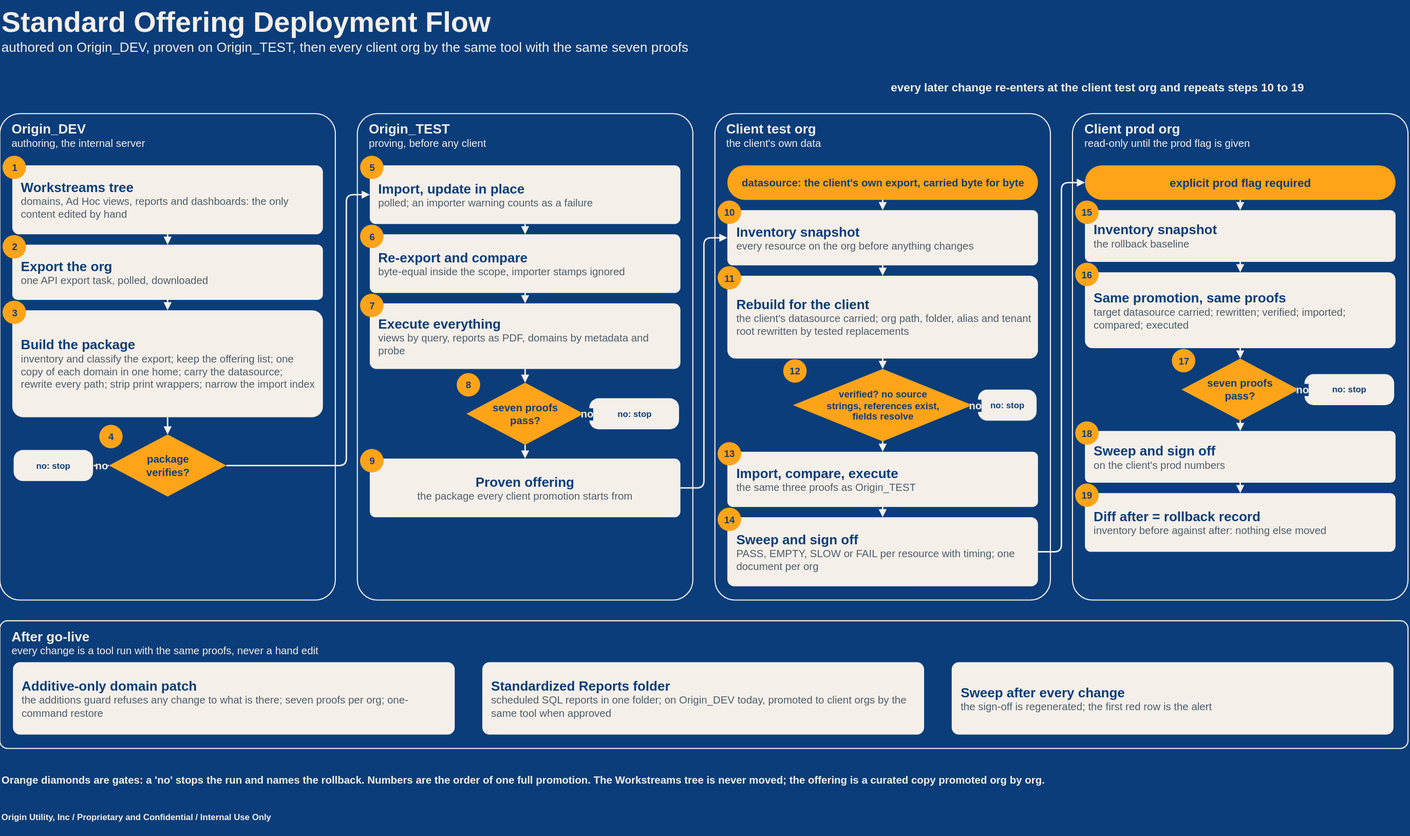
This is jaspersoft/docs/deployment_deck/visuals/standard_offering_deployment_flow.drawio.svg from chasepowers59/OriginBA, a draw.io export, as it was before one commit. Source tidied: cells renumbered, new cells last; positions are measured from the earlier drawing's top-left corner, leaving out a move shared by most shapes.
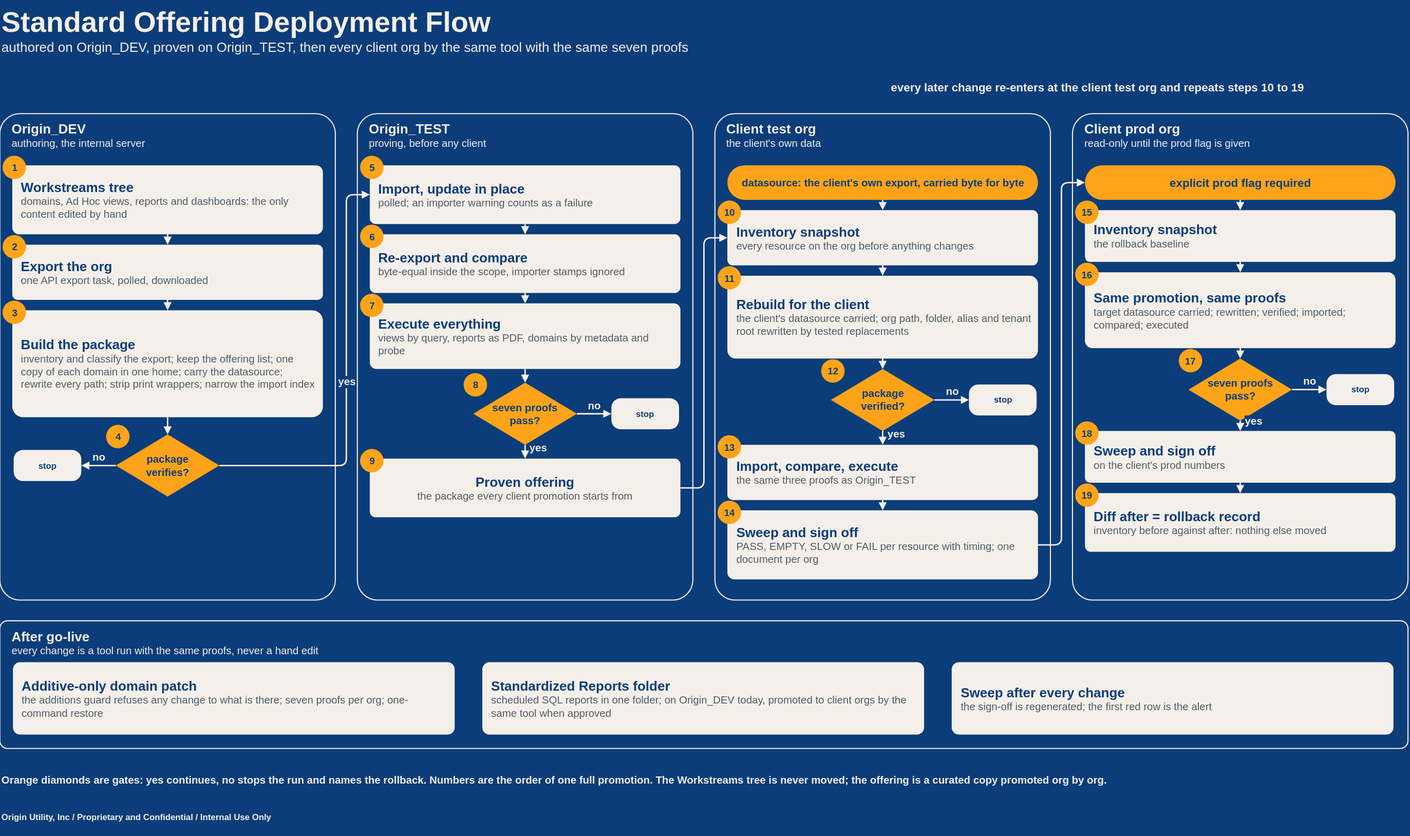
The same diagram one commit later.

Change to the diagram source:
```diff
@@ -37,10 +37,10 @@
     </mxCell>
-    <mxCell id="13" value="package verifies?" style="html=1;whiteSpace=wrap;fontFamily=Arial;rhombus;fillColor=#FFA418;strokeColor=none;fontColor=#0B3D7A;fontStyle=1;fontSize=14.6;spacingLeft=26;spacingRight=26;" parent="6" vertex="1">
-      <mxGeometry x="151.7" y="446.4" width="163.2" height="86.4" as="geometry" />
+    <mxCell id="13" value="package verifies?" style="html=1;whiteSpace=wrap;fontFamily=Arial;rhombus;fillColor=#FFA418;strokeColor=none;fontColor=#0B3D7A;fontStyle=1;fontSize=14.6;spacingLeft=23;spacingRight=23;" parent="6" vertex="1">
+      <mxGeometry x="161.3" y="446.4" width="144" height="86.4" as="geometry" />
     </mxCell>
     <mxCell id="14" value="4" style="html=1;whiteSpace=wrap;fontFamily=Arial;ellipse;fillColor=#FFA418;strokeColor=none;fontColor=#0B3D7A;fontStyle=1;fontSize=13.3;spacing=0;" parent="6" vertex="1">
-      <mxGeometry x="138.2" y="433" width="32.6" height="32.6" as="geometry" />
+      <mxGeometry x="147.8" y="433" width="32.6" height="32.6" as="geometry" />
     </mxCell>
-    <mxCell id="15" value="no: stop" style="html=1;whiteSpace=wrap;fontFamily=Arial;rounded=1;arcSize=30;fillColor=#F5EFE9;strokeColor=none;fontColor=#0B3D7A;fontStyle=1;fontSize=12;" parent="6" vertex="1">
-      <mxGeometry x="19.2" y="468" width="110.4" height="43.2" as="geometry" />
+    <mxCell id="15" value="stop" style="html=1;whiteSpace=wrap;fontFamily=Arial;rounded=1;arcSize=30;fillColor=#F5EFE9;strokeColor=none;fontColor=#0B3D7A;fontStyle=1;fontSize=12;" parent="6" vertex="1">
+      <mxGeometry x="19.2" y="468" width="94.1" height="43.2" as="geometry" />
     </mxCell>
@@ -56,3 +56,5 @@
     <mxCell id="19" value="no" style="html=1;whiteSpace=nowrap;fontFamily=Arial;edgeStyle=orthogonalEdgeStyle;rounded=1;strokeColor=#F5EFE9;strokeWidth=2;endArrow=block;endFill=1;fontColor=#F5EFE9;fontSize=14.6;fontStyle=1;labelBackgroundColor=#0B3D7A;" parent="6" edge="1" source="13" target="15">
-      <mxGeometry relative="1" as="geometry" />
+      <mxGeometry relative="1" as="geometry">
+        <mxPoint y="-12" as="offset" />
+      </mxGeometry>
     </mxCell>
@@ -79,10 +81,10 @@
     </mxCell>
-    <mxCell id="27" value="seven proofs pass?" style="html=1;whiteSpace=wrap;fontFamily=Arial;rhombus;fillColor=#FFA418;strokeColor=none;fontColor=#0B3D7A;fontStyle=1;fontSize=14.6;spacingLeft=26;spacingRight=26;" parent="20" vertex="1">
-      <mxGeometry x="151.7" y="374.4" width="163.2" height="86.4" as="geometry" />
+    <mxCell id="27" value="seven proofs pass?" style="html=1;whiteSpace=wrap;fontFamily=Arial;rhombus;fillColor=#FFA418;strokeColor=none;fontColor=#0B3D7A;fontStyle=1;fontSize=14.6;spacingLeft=23;spacingRight=23;" parent="20" vertex="1">
+      <mxGeometry x="161.3" y="374.4" width="144" height="86.4" as="geometry" />
     </mxCell>
     <mxCell id="28" value="8" style="html=1;whiteSpace=wrap;fontFamily=Arial;ellipse;fillColor=#FFA418;strokeColor=none;fontColor=#0B3D7A;fontStyle=1;fontSize=13.3;spacing=0;" parent="20" vertex="1">
-      <mxGeometry x="138.2" y="361" width="32.6" height="32.6" as="geometry" />
+      <mxGeometry x="147.8" y="361" width="32.6" height="32.6" as="geometry" />
     </mxCell>
-    <mxCell id="29" value="no: stop" style="html=1;whiteSpace=wrap;fontFamily=Arial;rounded=1;arcSize=30;fillColor=#F5EFE9;strokeColor=none;fontColor=#0B3D7A;fontStyle=1;fontSize=12;" parent="20" vertex="1">
-      <mxGeometry x="322.6" y="396" width="124.8" height="43.2" as="geometry" />
+    <mxCell id="29" value="stop" style="html=1;whiteSpace=wrap;fontFamily=Arial;rounded=1;arcSize=30;fillColor=#F5EFE9;strokeColor=none;fontColor=#0B3D7A;fontStyle=1;fontSize=12;" parent="20" vertex="1">
+      <mxGeometry x="353.3" y="396" width="94.1" height="43.2" as="geometry" />
     </mxCell>
@@ -104,6 +106,10 @@
     <mxCell id="35" value="no" style="html=1;whiteSpace=nowrap;fontFamily=Arial;edgeStyle=orthogonalEdgeStyle;rounded=1;strokeColor=#F5EFE9;strokeWidth=2;endArrow=block;endFill=1;fontColor=#F5EFE9;fontSize=14.6;fontStyle=1;labelBackgroundColor=#0B3D7A;" parent="20" edge="1" source="27" target="29">
-      <mxGeometry relative="1" as="geometry" />
+      <mxGeometry relative="1" as="geometry">
+        <mxPoint y="-12" as="offset" />
+      </mxGeometry>
     </mxCell>
-    <mxCell id="36" style="html=1;whiteSpace=nowrap;fontFamily=Arial;edgeStyle=orthogonalEdgeStyle;rounded=1;strokeColor=#F5EFE9;strokeWidth=2;endArrow=block;endFill=1;fontColor=#F5EFE9;fontSize=14.6;fontStyle=1;labelBackgroundColor=#0B3D7A;" parent="20" edge="1" source="27" target="30">
-      <mxGeometry relative="1" as="geometry" />
+    <mxCell id="36" value="yes" style="html=1;whiteSpace=nowrap;fontFamily=Arial;edgeStyle=orthogonalEdgeStyle;rounded=1;strokeColor=#F5EFE9;strokeWidth=2;endArrow=block;endFill=1;fontColor=#F5EFE9;fontSize=14.6;fontStyle=1;labelBackgroundColor=#0B3D7A;" parent="20" edge="1" source="27" target="30">
+      <mxGeometry relative="1" as="geometry">
+        <mxPoint x="18" y="-6" as="offset" />
+      </mxGeometry>
     </mxCell>
@@ -127,22 +133,22 @@
     </mxCell>
-    <mxCell id="43" value="verified? no source strings, references exist, fields resolve" style="html=1;whiteSpace=wrap;fontFamily=Arial;rhombus;fillColor=#FFA418;strokeColor=none;fontColor=#0B3D7A;fontStyle=1;fontSize=13.3;spacingLeft=39;spacingRight=39;" parent="37" vertex="1">
-      <mxGeometry x="108.5" y="355.2" width="249.6" height="100.8" as="geometry" />
+    <mxCell id="43" value="package verified?" style="html=1;whiteSpace=wrap;fontFamily=Arial;rhombus;fillColor=#FFA418;strokeColor=none;fontColor=#0B3D7A;fontStyle=1;fontSize=14.6;spacingLeft=23;spacingRight=23;" parent="37" vertex="1">
+      <mxGeometry x="161.3" y="355.2" width="144" height="86.4" as="geometry" />
     </mxCell>
     <mxCell id="44" value="12" style="html=1;whiteSpace=wrap;fontFamily=Arial;ellipse;fillColor=#FFA418;strokeColor=none;fontColor=#0B3D7A;fontStyle=1;fontSize=13.3;spacing=0;" parent="37" vertex="1">
-      <mxGeometry x="95" y="341.8" width="32.6" height="32.6" as="geometry" />
+      <mxGeometry x="147.8" y="341.8" width="32.6" height="32.6" as="geometry" />
     </mxCell>
-    <mxCell id="45" value="no: stop" style="html=1;whiteSpace=wrap;fontFamily=Arial;rounded=1;arcSize=30;fillColor=#F5EFE9;strokeColor=none;fontColor=#0B3D7A;fontStyle=1;fontSize=12;" parent="37" vertex="1">
-      <mxGeometry x="365.8" y="384" width="81.6" height="43.2" as="geometry" />
+    <mxCell id="45" value="stop" style="html=1;whiteSpace=wrap;fontFamily=Arial;rounded=1;arcSize=30;fillColor=#F5EFE9;strokeColor=none;fontColor=#0B3D7A;fontStyle=1;fontSize=12;" parent="37" vertex="1">
+      <mxGeometry x="353.3" y="376.8" width="94.1" height="43.2" as="geometry" />
     </mxCell>
     <mxCell id="46" value="&lt;b&gt;&lt;font style=&quot;font-size:18.6px&quot; color=&quot;#0B3D7A&quot;&gt;Import, compare, execute&lt;/font&gt;&lt;/b&gt;&lt;br&gt;&lt;font style=&quot;font-size:14.6px&quot; color=&quot;#4C5D69&quot;&gt;the same three proofs as Origin_TEST&lt;/font&gt;" style="html=1;whiteSpace=wrap;fontFamily=Arial;rounded=1;arcSize=10;fillColor=#F5EFE9;strokeColor=none;align=left;verticalAlign=middle;spacingLeft=10;spacingRight=8;" parent="37" vertex="1">
-      <mxGeometry x="17.3" y="470.4" width="432" height="76.8" as="geometry" />
+      <mxGeometry x="17.3" y="460.8" width="432" height="76.8" as="geometry" />
     </mxCell>
     <mxCell id="47" value="13" style="html=1;whiteSpace=wrap;fontFamily=Arial;ellipse;fillColor=#FFA418;strokeColor=none;fontColor=#0B3D7A;fontStyle=1;fontSize=13.3;spacing=0;" parent="37" vertex="1">
-      <mxGeometry x="3.8" y="457" width="32.6" height="32.6" as="geometry" />
+      <mxGeometry x="3.8" y="447.4" width="32.6" height="32.6" as="geometry" />
     </mxCell>
     <mxCell id="48" value="&lt;b&gt;&lt;font style=&quot;font-size:18.6px&quot; color=&quot;#0B3D7A&quot;&gt;Sweep and sign off&lt;/font&gt;&lt;/b&gt;&lt;br&gt;&lt;font style=&quot;font-size:14.6px&quot; color=&quot;#4C5D69&quot;&gt;PASS, EMPTY, SLOW or FAIL per resource with timing; one document per org&lt;/font&gt;" style="html=1;whiteSpace=wrap;fontFamily=Arial;rounded=1;arcSize=10;fillColor=#F5EFE9;strokeColor=none;align=left;verticalAlign=middle;spacingLeft=10;spacingRight=8;" parent="37" vertex="1">
-      <mxGeometry x="17.3" y="561.6" width="432" height="96" as="geometry" />
+      <mxGeometry x="17.3" y="552" width="432" height="96" as="geometry" />
     </mxCell>
     <mxCell id="49" value="14" style="html=1;whiteSpace=wrap;fontFamily=Arial;ellipse;fillColor=#FFA418;strokeColor=none;fontColor=#0B3D7A;fontStyle=1;fontSize=13.3;spacing=0;" parent="37" vertex="1">
-      <mxGeometry x="3.8" y="548.2" width="32.6" height="32.6" as="geometry" />
+      <mxGeometry x="3.8" y="538.6" width="32.6" height="32.6" as="geometry" />
     </mxCell>
@@ -158,6 +164,10 @@
     <mxCell id="53" value="no" style="html=1;whiteSpace=nowrap;fontFamily=Arial;edgeStyle=orthogonalEdgeStyle;rounded=1;strokeColor=#F5EFE9;strokeWidth=2;endArrow=block;endFill=1;fontColor=#F5EFE9;fontSize=14.6;fontStyle=1;labelBackgroundColor=#0B3D7A;" parent="37" edge="1" source="43" target="45">
-      <mxGeometry relative="1" as="geometry" />
+      <mxGeometry relative="1" as="geometry">
+        <mxPoint y="-12" as="offset" />
+      </mxGeometry>
     </mxCell>
-    <mxCell id="54" style="html=1;whiteSpace=nowrap;fontFamily=Arial;edgeStyle=orthogonalEdgeStyle;rounded=1;strokeColor=#F5EFE9;strokeWidth=2;endArrow=block;endFill=1;fontColor=#F5EFE9;fontSize=14.6;fontStyle=1;labelBackgroundColor=#0B3D7A;" parent="37" edge="1" source="43" target="46">
-      <mxGeometry relative="1" as="geometry" />
+    <mxCell id="54" value="yes" style="html=1;whiteSpace=nowrap;fontFamily=Arial;edgeStyle=orthogonalEdgeStyle;rounded=1;strokeColor=#F5EFE9;strokeWidth=2;endArrow=block;endFill=1;fontColor=#F5EFE9;fontSize=14.6;fontStyle=1;labelBackgroundColor=#0B3D7A;" parent="37" edge="1" source="43" target="46">
+      <mxGeometry relative="1" as="geometry">
+        <mxPoint x="18" y="-6" as="offset" />
+      </mxGeometry>
     </mxCell>
@@ -184,10 +194,10 @@
     </mxCell>
-    <mxCell id="62" value="seven proofs pass?" style="html=1;whiteSpace=wrap;fontFamily=Arial;rhombus;fillColor=#FFA418;strokeColor=none;fontColor=#0B3D7A;fontStyle=1;fontSize=14.6;spacingLeft=26;spacingRight=26;" parent="56" vertex="1">
-      <mxGeometry x="151.7" y="340.8" width="163.2" height="86.4" as="geometry" />
+    <mxCell id="62" value="seven proofs pass?" style="html=1;whiteSpace=wrap;fontFamily=Arial;rhombus;fillColor=#FFA418;strokeColor=none;fontColor=#0B3D7A;fontStyle=1;fontSize=14.6;spacingLeft=23;spacingRight=23;" parent="56" vertex="1">
+      <mxGeometry x="161.3" y="340.8" width="144" height="86.4" as="geometry" />
     </mxCell>
     <mxCell id="63" value="17" style="html=1;whiteSpace=wrap;fontFamily=Arial;ellipse;fillColor=#FFA418;strokeColor=none;fontColor=#0B3D7A;fontStyle=1;fontSize=13.3;spacing=0;" parent="56" vertex="1">
-      <mxGeometry x="138.2" y="327.4" width="32.6" height="32.6" as="geometry" />
+      <mxGeometry x="147.8" y="327.4" width="32.6" height="32.6" as="geometry" />
     </mxCell>
-    <mxCell id="64" value="no: stop" style="html=1;whiteSpace=wrap;fontFamily=Arial;rounded=1;arcSize=30;fillColor=#F5EFE9;strokeColor=none;fontColor=#0B3D7A;fontStyle=1;fontSize=12;" parent="56" vertex="1">
-      <mxGeometry x="322.6" y="362.4" width="124.8" height="43.2" as="geometry" />
+    <mxCell id="64" value="stop" style="html=1;whiteSpace=wrap;fontFamily=Arial;rounded=1;arcSize=30;fillColor=#F5EFE9;strokeColor=none;fontColor=#0B3D7A;fontStyle=1;fontSize=12;" parent="56" vertex="1">
+      <mxGeometry x="353.3" y="362.4" width="94.1" height="43.2" as="geometry" />
     </mxCell>
@@ -215,6 +225,10 @@
     <mxCell id="72" value="no" style="html=1;whiteSpace=nowrap;fontFamily=Arial;edgeStyle=orthogonalEdgeStyle;rounded=1;strokeColor=#F5EFE9;strokeWidth=2;endArrow=block;endFill=1;fontColor=#F5EFE9;fontSize=14.6;fontStyle=1;labelBackgroundColor=#0B3D7A;" parent="56" edge="1" source="62" target="64">
-      <mxGeometry relative="1" as="geometry" />
+      <mxGeometry relative="1" as="geometry">
+        <mxPoint y="-12" as="offset" />
+      </mxGeometry>
     </mxCell>
-    <mxCell id="73" style="html=1;whiteSpace=nowrap;fontFamily=Arial;edgeStyle=orthogonalEdgeStyle;rounded=1;strokeColor=#F5EFE9;strokeWidth=2;endArrow=block;endFill=1;fontColor=#F5EFE9;fontSize=14.6;fontStyle=1;labelBackgroundColor=#0B3D7A;" parent="56" edge="1" source="62" target="65">
-      <mxGeometry relative="1" as="geometry" />
+    <mxCell id="73" value="yes" style="html=1;whiteSpace=nowrap;fontFamily=Arial;edgeStyle=orthogonalEdgeStyle;rounded=1;strokeColor=#F5EFE9;strokeWidth=2;endArrow=block;endFill=1;fontColor=#F5EFE9;fontSize=14.6;fontStyle=1;labelBackgroundColor=#0B3D7A;" parent="56" edge="1" source="62" target="65">
+      <mxGeometry relative="1" as="geometry">
+        <mxPoint x="18" y="-6" as="offset" />
+      </mxGeometry>
     </mxCell>
@@ -226,3 +240,3 @@
     </mxCell>
-    <mxCell id="76" style="html=1;whiteSpace=nowrap;fontFamily=Arial;edgeStyle=orthogonalEdgeStyle;rounded=1;strokeColor=#F5EFE9;strokeWidth=2;endArrow=block;endFill=1;fontColor=#F5EFE9;fontSize=14.6;fontStyle=1;labelBackgroundColor=#0B3D7A;exitX=1;exitY=0.5;exitDx=0;exitDy=0;entryX=0;entryY=0.5;entryDx=0;entryDy=0;" parent="1" edge="1" source="13" target="21">
+    <mxCell id="76" value="yes" style="html=1;whiteSpace=nowrap;fontFamily=Arial;edgeStyle=orthogonalEdgeStyle;rounded=1;strokeColor=#F5EFE9;strokeWidth=2;endArrow=block;endFill=1;fontColor=#F5EFE9;fontSize=14.6;fontStyle=1;labelBackgroundColor=#0B3D7A;exitX=1;exitY=0.5;exitDx=0;exitDy=0;entryX=0;entryY=0.5;entryDx=0;entryDy=0;" parent="1" edge="1" source="13" target="21">
       <mxGeometry relative="1" as="geometry">
@@ -245,3 +259,3 @@
         <Array as="points">
-          <mxPoint x="1476.2" y="767.6" />
+          <mxPoint x="1476.2" y="758" />
           <mxPoint x="1476.2" y="254" />
@@ -270,3 +284,3 @@
     </mxCell>
-    <mxCell id="82" value="&lt;b&gt;&lt;font style=&quot;font-size:14.6px&quot; color=&quot;#F5EFE9&quot;&gt;Orange diamonds are gates: a 'no' stops the run and names the rollback. Numbers are the order of one full promotion. The Workstreams tree is never moved; the offering is a curated copy promoted org by org.&lt;/font&gt;&lt;/b&gt;" style="html=1;whiteSpace=wrap;fontFamily=Arial;text;fillColor=none;strokeColor=none;align=left;verticalAlign=top;fontColor=#F5EFE9;" parent="1" vertex="1">
+    <mxCell id="82" value="&lt;b&gt;&lt;font style=&quot;font-size:14.6px&quot; color=&quot;#F5EFE9&quot;&gt;Orange diamonds are gates: yes continues, no stops the run and names the rollback. Numbers are the order of one full promotion. The Workstreams tree is never moved; the offering is a curated copy promoted org by org.&lt;/font&gt;&lt;/b&gt;" style="html=1;whiteSpace=wrap;fontFamily=Arial;text;fillColor=none;strokeColor=none;align=left;verticalAlign=top;fontColor=#F5EFE9;" parent="1" vertex="1">
       <mxGeometry x="-0.2" y="1070" width="1958.4" height="57.6" as="geometry" />
```
